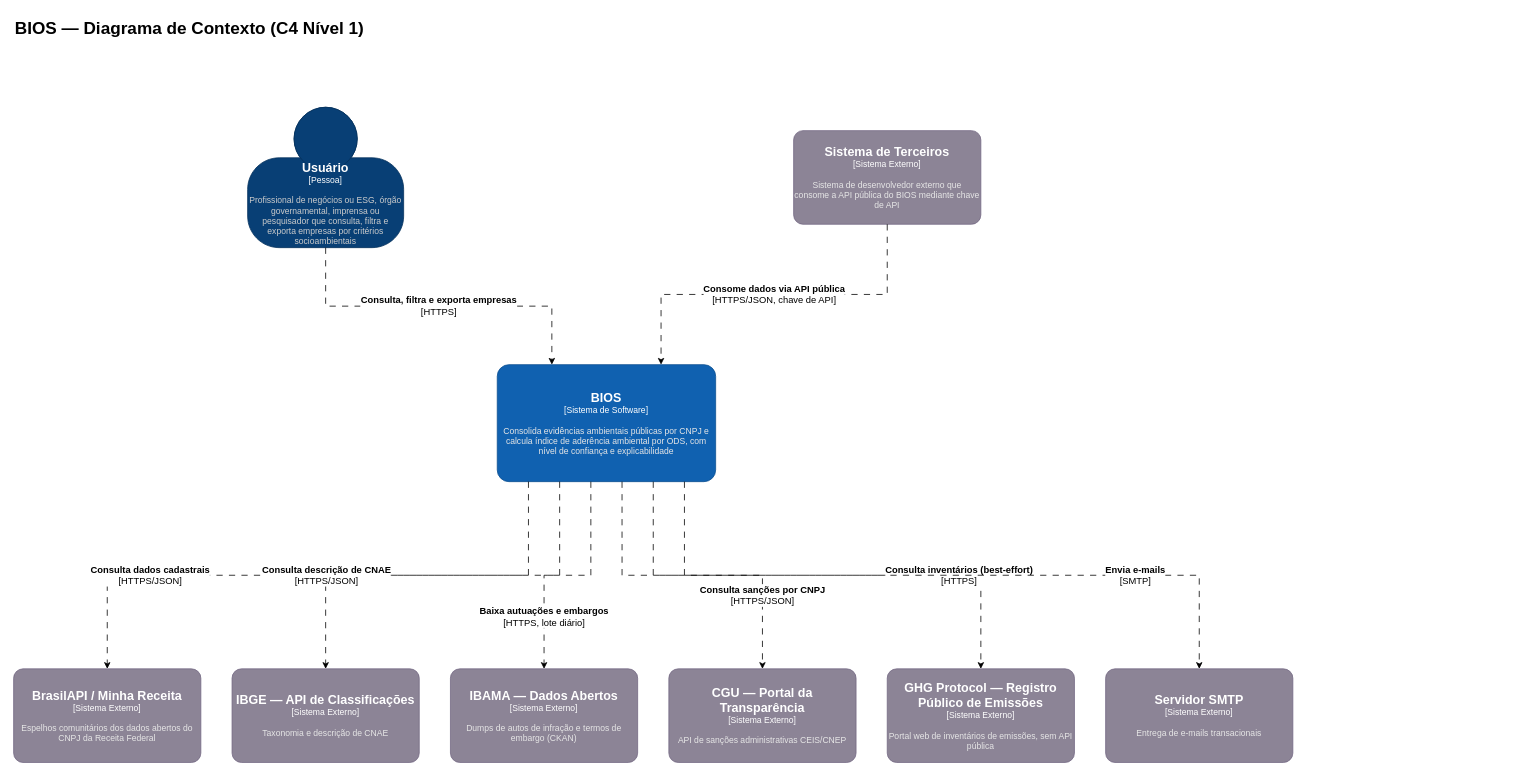
Earlier version of the draw.io diagram page "C4 - Nível 1 - Contexto" (1 of 2) of assets/diagrams/bios-c4-architecture.drawio (odavibatista/bios-docs). Source tidied: cells renumbered, new cells numbered last; positions are measured from the earlier drawing's top-left corner, leaving out a move shared by most shapes. Both pictures are drawn from the tidied source at 78%, with x=0, y=0 at pixel (13, 13).
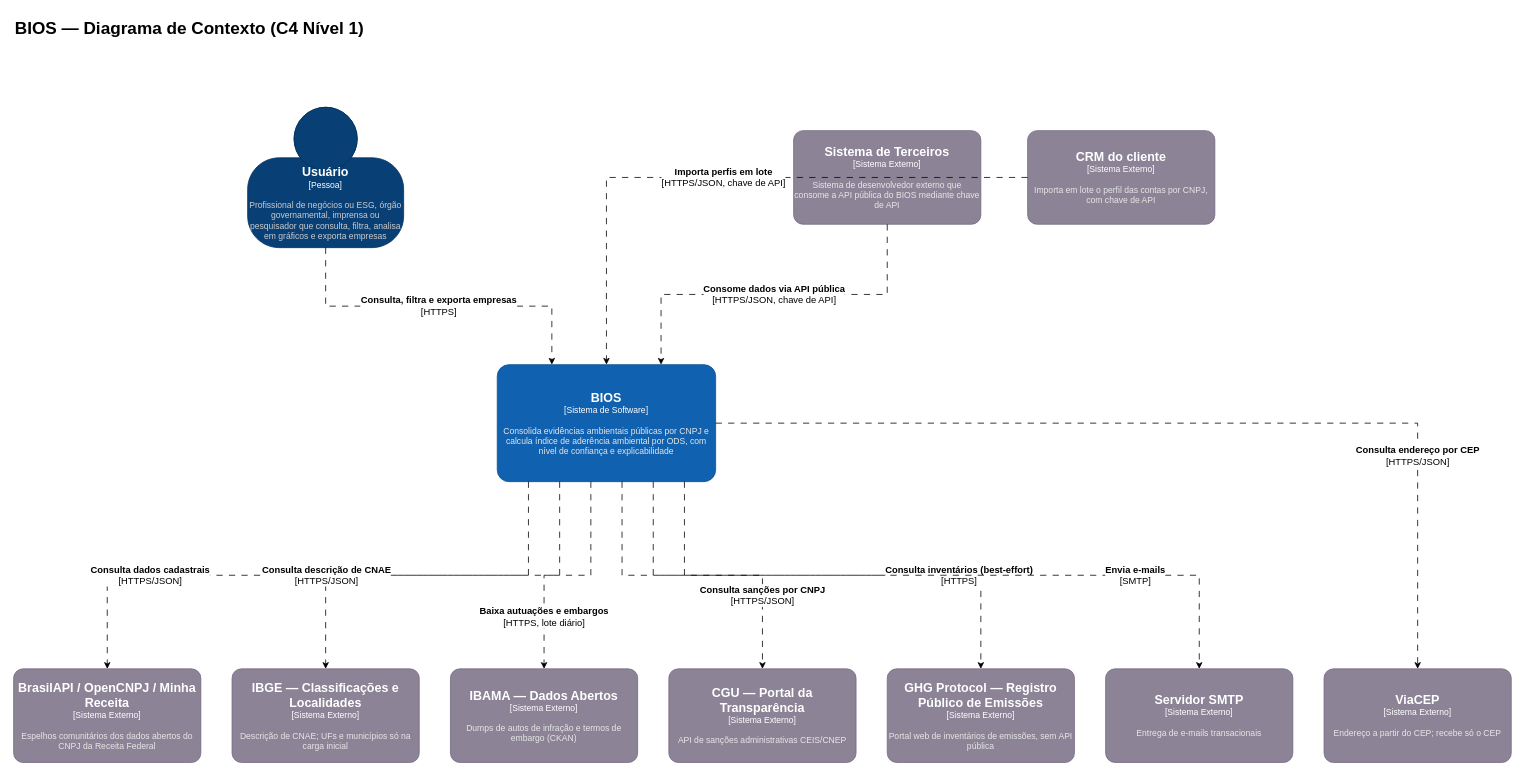
The same diagram, later.

Unchanged cells that the change refers to:
```xml
<object id="5" label="&lt;font style=&quot;font-size: 16px&quot;&gt;&lt;b&gt;%c4Name%&lt;/b&gt;&lt;/font&gt;&lt;div&gt;[%c4Type%]&lt;/div&gt;&lt;br&gt;&lt;div&gt;&lt;font style=&quot;font-size: 11px&quot;&gt;&lt;font color=&quot;#E6E6E6&quot;&gt;%c4Description%&lt;/font&gt;&lt;/div&gt;" c4Description="Consolida evidências ambientais públicas por CNPJ e calcula índice de aderência ambiental por ODS, com nível de confiança e explicabilidade" c4Name="BIOS" c4Type="Sistema de Software" placeholders="1">
  <mxCell style="rounded=1;whiteSpace=wrap;html=1;fontSize=11;labelBackgroundColor=none;fillColor=#1061B0;fontColor=#ffffff;align=center;arcSize=10;strokeColor=#0D5091;points=[[0.25,0,0],[0.5,0,0],[0.75,0,0],[1,0.25,0],[1,0.5,0],[1,0.75,0],[0.75,1,0],[0.5,1,0],[0.25,1,0],[0,0.75,0],[0,0.5,0],[0,0.25,0]];" parent="1" vertex="1">
    <mxGeometry x="620" y="450" width="280" height="150" as="geometry" />
  </mxCell>
</object>
```

Diff of the diagram source:
```diff
@@
-    <object id="3" label="&lt;font style=&quot;font-size: 16px&quot;&gt;&lt;b&gt;%c4Name%&lt;/b&gt;&lt;/font&gt;&lt;div&gt;[%c4Type%]&lt;/div&gt;&lt;br&gt;&lt;div&gt;&lt;font style=&quot;font-size: 11px&quot;&gt;&lt;font color=&quot;#cccccc&quot;&gt;%c4Description%&lt;/font&gt;&lt;/div&gt;" c4Description="Profissional de negócios ou ESG, órgão governamental, imprensa ou pesquisador que consulta, filtra e exporta empresas por critérios socioambientais" c4Name="Usuário" c4Type="Pessoa" placeholders="1">
+    <object id="3" label="&lt;font style=&quot;font-size: 16px&quot;&gt;&lt;b&gt;%c4Name%&lt;/b&gt;&lt;/font&gt;&lt;div&gt;[%c4Type%]&lt;/div&gt;&lt;br&gt;&lt;div&gt;&lt;font style=&quot;font-size: 11px&quot;&gt;&lt;font color=&quot;#cccccc&quot;&gt;%c4Description%&lt;/font&gt;&lt;/div&gt;" c4Description="Profissional de negócios ou ESG, órgão governamental, imprensa ou pesquisador que consulta, filtra, analisa em gráficos e exporta empresas" c4Name="Usuário" c4Type="Pessoa" placeholders="1">
       <mxCell style="html=1;fontSize=11;dashed=0;whiteSpace=wrap;fillColor=#083F75;strokeColor=#06315C;fontColor=#ffffff;shape=mxgraph.c4.person2;align=center;points=[[0.5,0,0],[1,0.5,0],[1,0.75,0],[0.75,1,0],[0.5,1,0],[0.25,1,0],[0,0.75,0],[0,0.5,0]];" parent="1" vertex="1">
         <mxGeometry x="300" y="120" width="200" height="180" as="geometry" />
       </mxCell>
     </object>
@@
+    <object id="20" label="&lt;font style=&quot;font-size: 16px&quot;&gt;&lt;b&gt;%c4Name%&lt;/b&gt;&lt;/font&gt;&lt;div&gt;[%c4Type%]&lt;/div&gt;&lt;br&gt;&lt;div&gt;&lt;font style=&quot;font-size: 11px&quot;&gt;&lt;font color=&quot;#E6E6E6&quot;&gt;%c4Description%&lt;/font&gt;&lt;/div&gt;" c4Description="Importa em lote o perfil das contas por CNPJ, com chave de API" c4Name="CRM do cliente" c4Type="Sistema Externo" placeholders="1">
+      <mxCell style="rounded=1;whiteSpace=wrap;html=1;fontSize=11;labelBackgroundColor=none;fillColor=#8C8496;fontColor=#ffffff;align=center;arcSize=10;strokeColor=#736782;points=[[0.25,0,0],[0.5,0,0],[0.75,0,0],[1,0.25,0],[1,0.5,0],[1,0.75,0],[0.75,1,0],[0.5,1,0],[0.25,1,0],[0,0.75,0],[0,0.5,0],[0,0.25,0]];" parent="1" vertex="1">
+        <mxGeometry x="1300" y="150" width="240" height="120" as="geometry" />
+      </mxCell>
+    </object>
@@
-    <object id="6" label="&lt;font style=&quot;font-size: 16px&quot;&gt;&lt;b&gt;%c4Name%&lt;/b&gt;&lt;/font&gt;&lt;div&gt;[%c4Type%]&lt;/div&gt;&lt;br&gt;&lt;div&gt;&lt;font style=&quot;font-size: 11px&quot;&gt;&lt;font color=&quot;#E6E6E6&quot;&gt;%c4Description%&lt;/font&gt;&lt;/div&gt;" c4Description="Espelhos comunitários dos dados abertos do CNPJ da Receita Federal" c4Name="BrasilAPI / Minha Receita" c4Type="Sistema Externo" placeholders="1">
+    <object id="6" label="&lt;font style=&quot;font-size: 16px&quot;&gt;&lt;b&gt;%c4Name%&lt;/b&gt;&lt;/font&gt;&lt;div&gt;[%c4Type%]&lt;/div&gt;&lt;br&gt;&lt;div&gt;&lt;font style=&quot;font-size: 11px&quot;&gt;&lt;font color=&quot;#E6E6E6&quot;&gt;%c4Description%&lt;/font&gt;&lt;/div&gt;" c4Description="Espelhos comunitários dos dados abertos do CNPJ da Receita Federal" c4Name="BrasilAPI / OpenCNPJ / Minha Receita" c4Type="Sistema Externo" placeholders="1">
       <mxCell style="rounded=1;whiteSpace=wrap;html=1;fontSize=11;labelBackgroundColor=none;fillColor=#8C8496;fontColor=#ffffff;align=center;arcSize=10;strokeColor=#736782;points=[[0.25,0,0],[0.5,0,0],[0.75,0,0],[1,0.25,0],[1,0.5,0],[1,0.75,0],[0.75,1,0],[0.5,1,0],[0.25,1,0],[0,0.75,0],[0,0.5,0],[0,0.25,0]];" parent="1" vertex="1">
         <mxGeometry y="840" width="240" height="120" as="geometry" />
       </mxCell>
     </object>
-    <object id="7" label="&lt;font style=&quot;font-size: 16px&quot;&gt;&lt;b&gt;%c4Name%&lt;/b&gt;&lt;/font&gt;&lt;div&gt;[%c4Type%]&lt;/div&gt;&lt;br&gt;&lt;div&gt;&lt;font style=&quot;font-size: 11px&quot;&gt;&lt;font color=&quot;#E6E6E6&quot;&gt;%c4Description%&lt;/font&gt;&lt;/div&gt;" c4Description="Taxonomia e descrição de CNAE" c4Name="IBGE — API de Classificações" c4Type="Sistema Externo" placeholders="1">
+    <object id="7" label="&lt;font style=&quot;font-size: 16px&quot;&gt;&lt;b&gt;%c4Name%&lt;/b&gt;&lt;/font&gt;&lt;div&gt;[%c4Type%]&lt;/div&gt;&lt;br&gt;&lt;div&gt;&lt;font style=&quot;font-size: 11px&quot;&gt;&lt;font color=&quot;#E6E6E6&quot;&gt;%c4Description%&lt;/font&gt;&lt;/div&gt;" c4Description="Descrição de CNAE; UFs e municípios só na carga inicial" c4Name="IBGE — Classificações e Localidades" c4Type="Sistema Externo" placeholders="1">
       <mxCell style="rounded=1;whiteSpace=wrap;html=1;fontSize=11;labelBackgroundColor=none;fillColor=#8C8496;fontColor=#ffffff;align=center;arcSize=10;strokeColor=#736782;points=[[0.25,0,0],[0.5,0,0],[0.75,0,0],[1,0.25,0],[1,0.5,0],[1,0.75,0],[0.75,1,0],[0.5,1,0],[0.25,1,0],[0,0.75,0],[0,0.5,0],[0,0.25,0]];" parent="1" vertex="1">
         <mxGeometry x="280" y="840" width="240" height="120" as="geometry" />
       </mxCell>
     </object>
@@
+    <object id="21" label="&lt;font style=&quot;font-size: 16px&quot;&gt;&lt;b&gt;%c4Name%&lt;/b&gt;&lt;/font&gt;&lt;div&gt;[%c4Type%]&lt;/div&gt;&lt;br&gt;&lt;div&gt;&lt;font style=&quot;font-size: 11px&quot;&gt;&lt;font color=&quot;#E6E6E6&quot;&gt;%c4Description%&lt;/font&gt;&lt;/div&gt;" c4Description="Endereço a partir do CEP; recebe só o CEP" c4Name="ViaCEP" c4Type="Sistema Externo" placeholders="1">
+      <mxCell style="rounded=1;whiteSpace=wrap;html=1;fontSize=11;labelBackgroundColor=none;fillColor=#8C8496;fontColor=#ffffff;align=center;arcSize=10;strokeColor=#736782;points=[[0.25,0,0],[0.5,0,0],[0.75,0,0],[1,0.25,0],[1,0.5,0],[1,0.75,0],[0.75,1,0],[0.5,1,0],[0.25,1,0],[0,0.75,0],[0,0.5,0],[0,0.25,0]];" parent="1" vertex="1">
+        <mxGeometry x="1680" y="840" width="240" height="120" as="geometry" />
+      </mxCell>
+    </object>
@@
+    <mxCell id="22" value="&lt;b&gt;Importa perfis em lote&lt;/b&gt;&lt;div&gt;[HTTPS/JSON, chave de API]&lt;/div&gt;" style="edgeStyle=orthogonalEdgeStyle;rounded=0;jettySize=auto;html=1;dashed=1;dashPattern=8 8;fontSize=12;labelBackgroundColor=default;endArrow=classic;endFill=1;" parent="1" edge="1" source="20" target="5">
+      <mxGeometry relative="1" as="geometry" />
+    </mxCell>
@@
+    <mxCell id="23" value="&lt;b&gt;Consulta endereço por CEP&lt;/b&gt;&lt;div&gt;[HTTPS/JSON]&lt;/div&gt;" style="edgeStyle=orthogonalEdgeStyle;rounded=0;jettySize=auto;html=1;dashed=1;dashPattern=8 8;fontSize=12;labelBackgroundColor=default;endArrow=classic;endFill=1;" parent="1" edge="1" source="5" target="21">
+      <mxGeometry x="0.55" relative="1" as="geometry" />
+    </mxCell>
```
